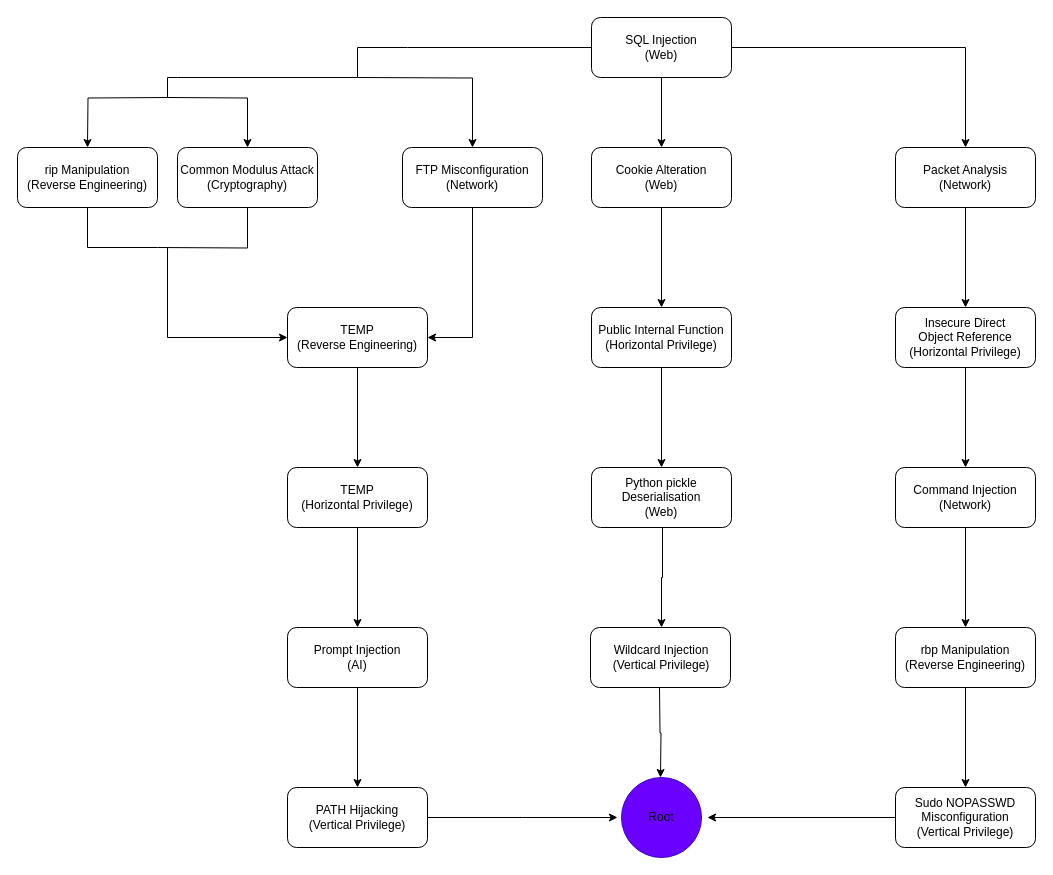
Earlier version of the draw.io diagram ExploitMap.drawio (saacutter/rta-ctf). Source tidied: cells renumbered, new cells numbered last; positions are measured from the earlier drawing's top-left corner, leaving out a move shared by most shapes. Both pictures are drawn from the tidied source at 100%, with x=0, y=0 at pixel (17, 17).
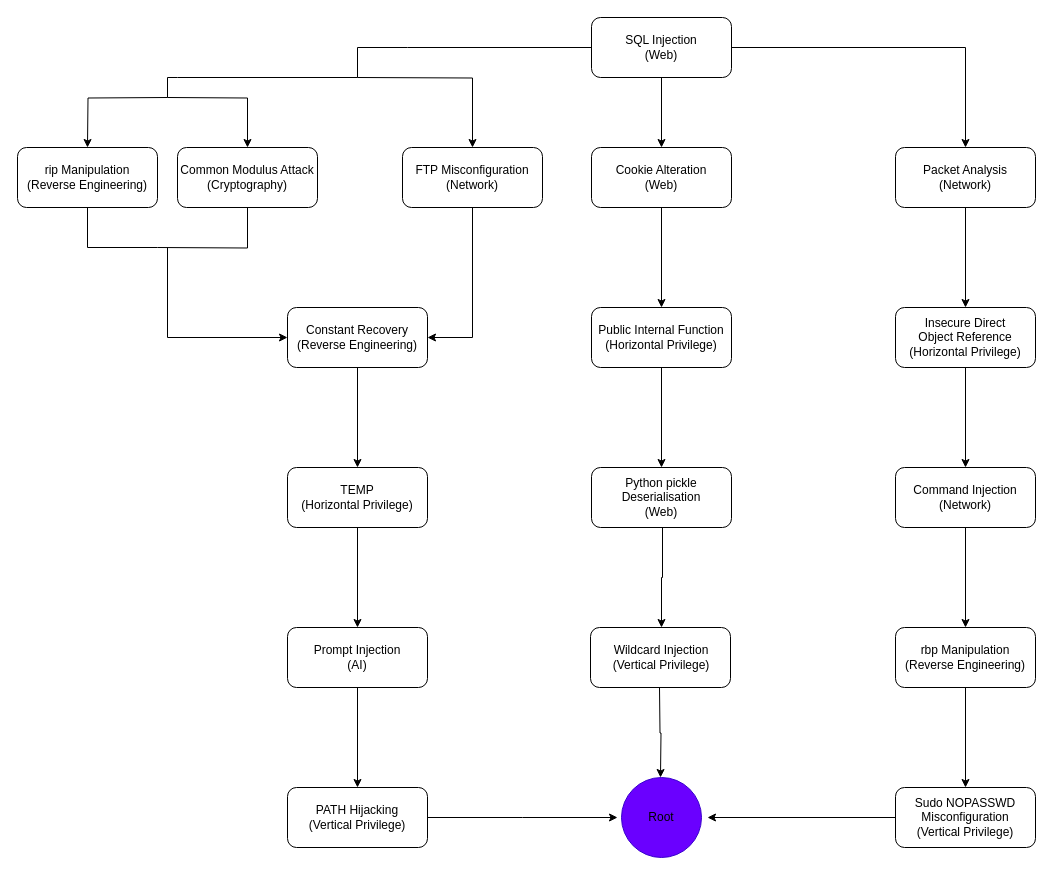
Above is the later version.

Commit message (it also covers changes not shown here):
Updated exploit map

The edit, as a diff of the source:
```diff
@@
-    <mxCell id="46" value="TEMP&lt;br&gt;(Reverse Engineering)" style="text;html=1;whiteSpace=wrap;strokeColor=none;fillColor=none;align=center;verticalAlign=middle;rounded=0;" parent="1" vertex="1">
+    <mxCell id="46" value="Constant Recovery&lt;br&gt;(Reverse Engineering)" style="text;html=1;whiteSpace=wrap;strokeColor=none;fillColor=none;align=center;verticalAlign=middle;rounded=0;" parent="1" vertex="1">
       <mxGeometry x="275" y="305" width="130" height="30" as="geometry" />
     </mxCell>
```
